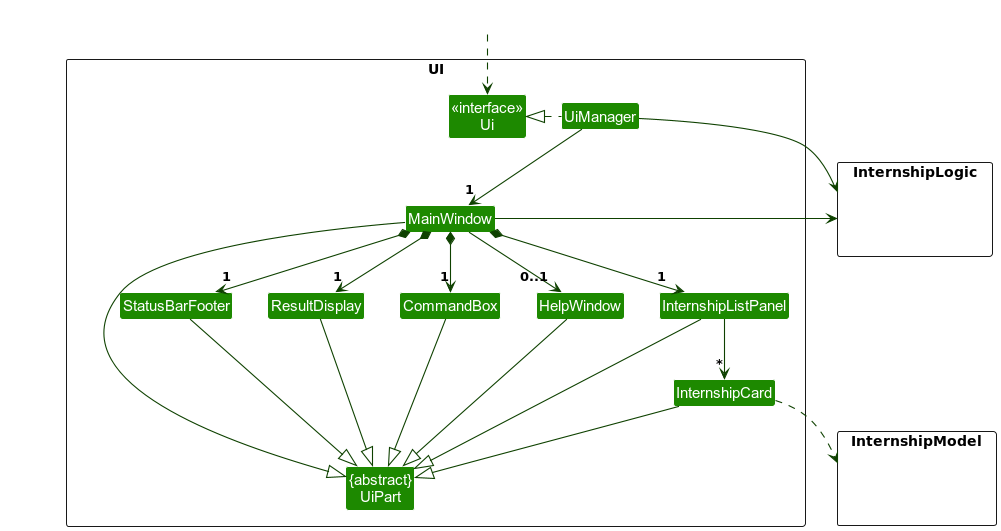
Before: docs/images/UiClassDiagram.png, a diagram exported from PlantUML (theman-oj10/CareerSync). Source of this version:
```plantuml
@startuml
!include style.puml
skinparam arrowThickness 1.1
skinparam arrowColor UI_COLOR_T4
skinparam classBackgroundColor UI_COLOR

package UI <<Rectangle>>{
Class "<<interface>>\nUi" as Ui
Class "{abstract}\nUiPart" as UiPart
Class UiManager
Class MainWindow
Class HelpWindow
Class ResultDisplay
Class InternshipListPanel
Class InternshipCard
Class StatusBarFooter
Class CommandBox
}

package InternshipModel <<Rectangle>> {
Class HiddenModel #FFFFFF
}

package InternshipLogic <<Rectangle>> {
Class HiddenLogic #FFFFFF
}

Class HiddenOutside #FFFFFF
HiddenOutside ..> Ui

UiManager .left.|> Ui
UiManager -down-> "1" MainWindow
MainWindow *-down->  "1" CommandBox
MainWindow *-down-> "1" ResultDisplay
MainWindow *-down-> "1" InternshipListPanel
MainWindow *-down-> "1" StatusBarFooter
MainWindow --> "0..1" HelpWindow

InternshipListPanel -down-> "*" InternshipCard

MainWindow -left-|> UiPart

ResultDisplay --|> UiPart
CommandBox --|> UiPart
InternshipListPanel --|> UiPart
InternshipCard --|> UiPart
StatusBarFooter --|> UiPart
HelpWindow --|> UiPart

InternshipCard ..> InternshipModel
UiManager -right-> InternshipLogic
MainWindow -left-> InternshipLogic

InternshipListPanel -[hidden]left- HelpWindow
HelpWindow -[hidden]left- CommandBox
CommandBox -[hidden]left- ResultDisplay
ResultDisplay -[hidden]left- StatusBarFooter

MainWindow -[hidden]-|> UiPart
@enduml
```
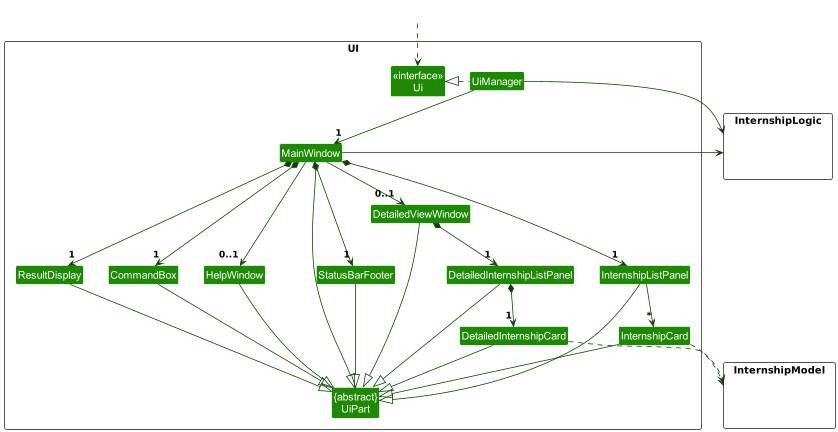
After the commit.

Commit message:
Update UiClassDiagram to include DetailedViewWindow

Diff of the diagram source:
```diff
@@ -10,6 +10,9 @@
 Class UiManager
 Class MainWindow
 Class HelpWindow
+Class DetailedViewWindow
+Class DetailedInternshipListPanel
+Class DetailedInternshipCard
 Class ResultDisplay
 Class InternshipListPanel
 Class InternshipCard
@@ -35,6 +38,9 @@
 MainWindow *-down-> "1" InternshipListPanel
 MainWindow *-down-> "1" StatusBarFooter
 MainWindow --> "0..1" HelpWindow
+MainWindow --> "0..1" DetailedViewWindow
+DetailedViewWindow *-down-> "1" DetailedInternshipListPanel
+DetailedInternshipListPanel *-down-> "1" DetailedInternshipCard
 
 InternshipListPanel -down-> "*" InternshipCard
 
@@ -46,8 +52,12 @@
 InternshipCard --|> UiPart
 StatusBarFooter --|> UiPart
 HelpWindow --|> UiPart
+DetailedViewWindow --|> UiPart
+DetailedInternshipListPanel --|> UiPart
+DetailedInternshipCard --|> UiPart
 
 InternshipCard ..> InternshipModel
+DetailedInternshipCard ..> InternshipModel
 UiManager -right-> InternshipLogic
 MainWindow -left-> InternshipLogic
 
```
